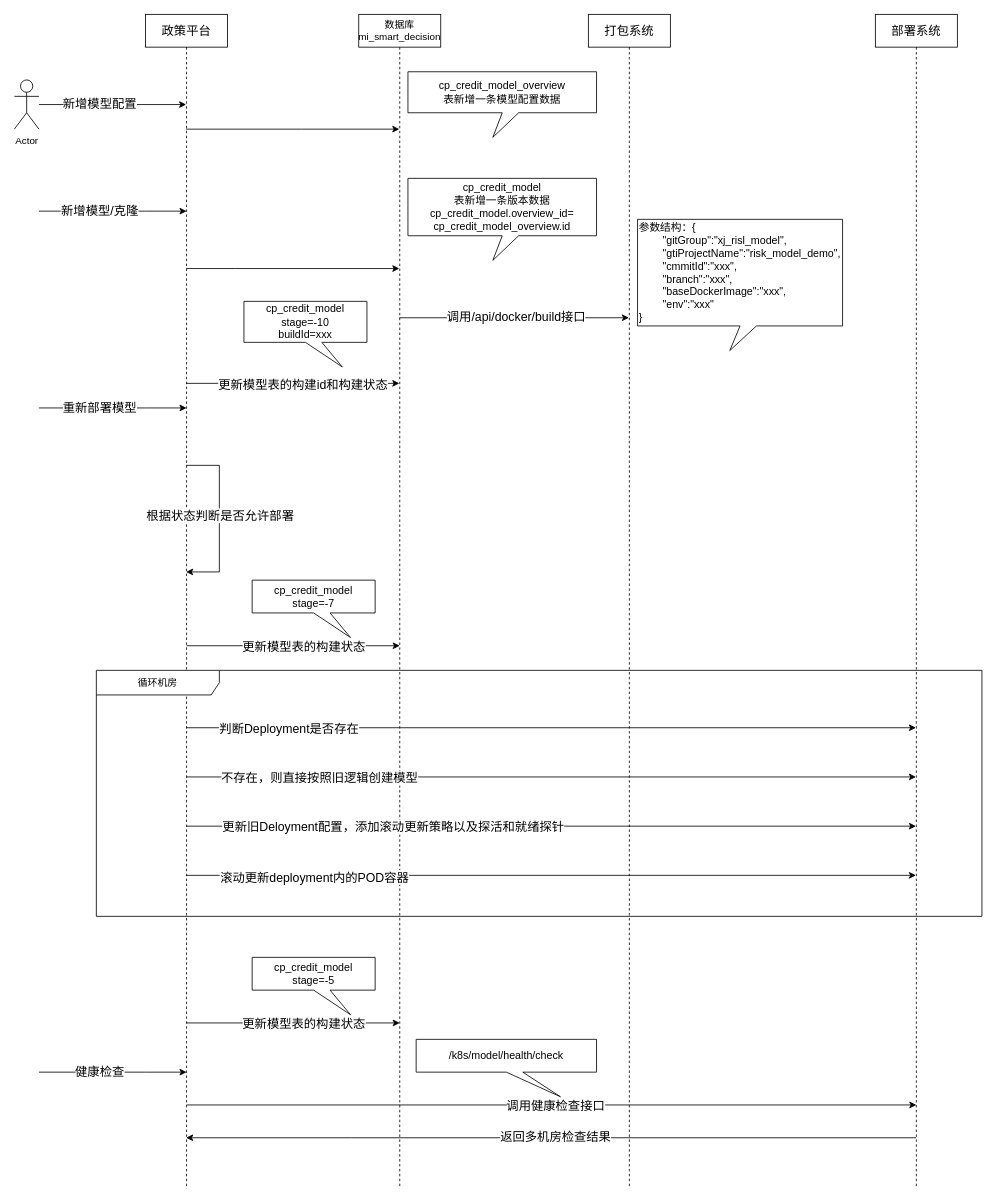
This is 重新部署流程图.drawio from cjf354075714/learn, a draw.io file, before an edit. Source tidied: cells renumbered, new cells numbered last; positions are measured from the earlier drawing's top-left corner, leaving out a move shared by most shapes. Both pictures are drawn from the tidied source at 82%, with x=0, y=0 at pixel (14, 14).
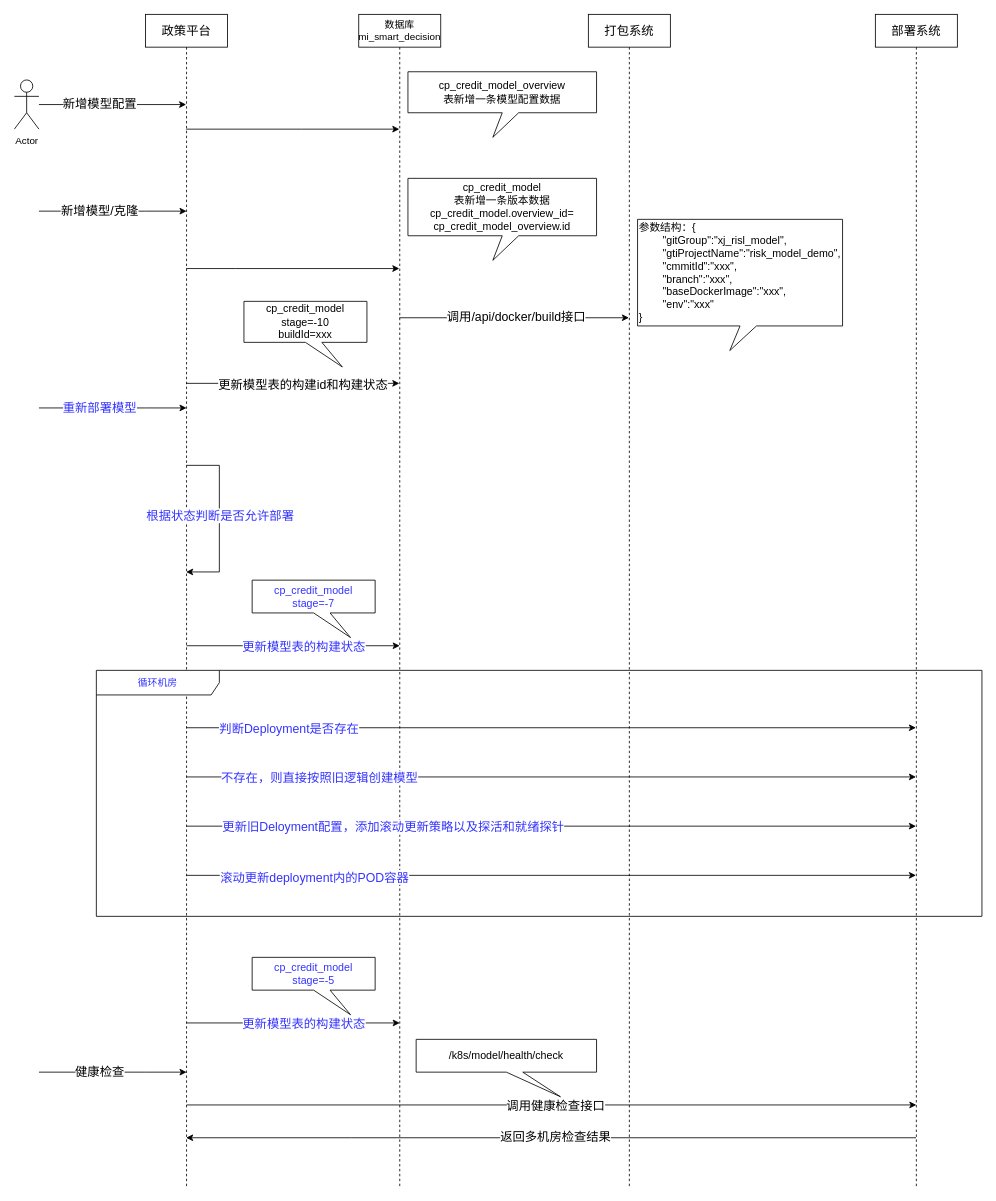
After the change.

Commit message:
更新重新部署流程图.drawio

The change refers to these unchanged cells:
```xml
<mxCell id="6" value="&lt;font style=&quot;font-size: 15px;&quot;&gt;政策平台&lt;/font&gt;" style="shape=umlLifeline;perimeter=lifelinePerimeter;whiteSpace=wrap;html=1;outlineConnect=0;portConstraint=eastwest;newEdgeStyle={&quot;curved&quot;:0,&quot;rounded&quot;:0};" parent="1" vertex="1">
  <mxGeometry x="160" width="100" height="1430" as="geometry" />
</mxCell>
<mxCell id="13" value="&lt;font style=&quot;font-size: 15px;&quot;&gt;部署系统&lt;/font&gt;" style="shape=umlLifeline;perimeter=lifelinePerimeter;whiteSpace=wrap;html=1;outlineConnect=0;portConstraint=eastwest;newEdgeStyle={&quot;curved&quot;:0,&quot;rounded&quot;:0};" parent="1" vertex="1">
  <mxGeometry x="1050" width="100" height="1430" as="geometry" />
</mxCell>
```

Diff of the diagram source:
```diff
@@
-    <mxCell id="23" style="edgeStyle=orthogonalEdgeStyle;rounded=0;orthogonalLoop=1;jettySize=auto;html=1;fontColor=light-dark(#9e9a9a, #ededed);" parent="1" edge="1">
+    <mxCell id="23" style="edgeStyle=orthogonalEdgeStyle;rounded=0;orthogonalLoop=1;jettySize=auto;html=1;fontColor=light-dark(#3333FF,#EDEDED);" parent="1" edge="1">
       <mxGeometry relative="1" as="geometry">
         <mxPoint x="30" y="480" as="sourcePoint" />
         <mxPoint x="210" y="480" as="targetPoint" />
         <Array as="points">
           <mxPoint x="160" y="480" />
           <mxPoint x="160" y="480" />
         </Array>
       </mxGeometry>
     </mxCell>
-    <mxCell id="24" value="&lt;span style=&quot;font-size: 15px;&quot;&gt;重新部署模型&lt;/span&gt;" style="edgeLabel;html=1;align=center;verticalAlign=middle;fontColor=light-dark(#000000,#EDEDED);" parent="23" vertex="1">
+    <mxCell id="24" value="&lt;span style=&quot;font-size: 15px;&quot;&gt;重新部署模型&lt;/span&gt;" style="edgeLabel;html=1;align=center;verticalAlign=middle;fontColor=light-dark(#3333FF,#EDEDED);" parent="23" vertex="1">
       <mxGeometry x="-0.19" y="2" relative="1" as="geometry" />
     </mxCell>
-    <mxCell id="25" style="edgeStyle=orthogonalEdgeStyle;rounded=0;orthogonalLoop=1;jettySize=auto;html=1;curved=0;fontColor=light-dark(#000000,#EDEDED);" parent="1" edge="1">
+    <mxCell id="25" style="edgeStyle=orthogonalEdgeStyle;rounded=0;orthogonalLoop=1;jettySize=auto;html=1;curved=0;fontColor=light-dark(#3333FF,#EDEDED);" parent="1" edge="1">
       <mxGeometry relative="1" as="geometry">
         <mxPoint x="210" y="770" as="sourcePoint" />
         <mxPoint x="470" y="770" as="targetPoint" />
         <Array as="points">
           <mxPoint x="400.5" y="770" />
           <mxPoint x="400.5" y="770" />
         </Array>
       </mxGeometry>
     </mxCell>
-    <mxCell id="26" value="&lt;span style=&quot;font-size: 15px;&quot;&gt;更新模型表的构建状态&lt;/span&gt;" style="edgeLabel;html=1;align=center;verticalAlign=middle;fontColor=light-dark(#000000,#EDEDED);" parent="25" vertex="1">
+    <mxCell id="26" value="&lt;span style=&quot;font-size: 15px;&quot;&gt;更新模型表的构建状态&lt;/span&gt;" style="edgeLabel;html=1;align=center;verticalAlign=middle;fontColor=light-dark(#3333FF,#EDEDED);" parent="25" vertex="1">
       <mxGeometry x="0.13" y="3" relative="1" as="geometry">
         <mxPoint x="-5" y="3" as="offset" />
       </mxGeometry>
     </mxCell>
-    <mxCell id="27" value="&lt;font style=&quot;font-size: 13px;&quot;&gt;cp_credit_model&lt;/font&gt;&lt;div&gt;&lt;span style=&quot;font-size: 13px;&quot;&gt;stage=-7&lt;/span&gt;&lt;/div&gt;" style="shape=callout;whiteSpace=wrap;html=1;perimeter=calloutPerimeter;position2=0.8;fontColor=light-dark(#000000,#EDEDED);" parent="1" vertex="1">
+    <mxCell id="27" value="&lt;font style=&quot;font-size: 13px;&quot;&gt;cp_credit_model&lt;/font&gt;&lt;div&gt;&lt;span style=&quot;font-size: 13px;&quot;&gt;stage=-7&lt;/span&gt;&lt;/div&gt;" style="shape=callout;whiteSpace=wrap;html=1;perimeter=calloutPerimeter;position2=0.8;fontColor=light-dark(#3333FF,#EDEDED);" parent="1" vertex="1">
       <mxGeometry x="290" y="690" width="150" height="70" as="geometry" />
     </mxCell>
@@
-    <mxCell id="33" value="循环机房" style="shape=umlFrame;whiteSpace=wrap;html=1;width=150;height=30;" parent="1" vertex="1">
+    <mxCell id="33" value="循环机房" style="shape=umlFrame;whiteSpace=wrap;html=1;width=150;height=30;fontColor=light-dark(#3333FF,#EDEDED);" parent="1" vertex="1">
       <mxGeometry x="100" y="800" width="1080" height="300" as="geometry" />
     </mxCell>
-    <mxCell id="34" style="endArrow=classic;html=1;rounded=0;" parent="1" edge="1" target="6">
+    <mxCell id="34" style="endArrow=classic;html=1;rounded=0;fontColor=light-dark(#3333FF,#EDEDED);" parent="1" edge="1" target="6">
       <mxGeometry relative="1" as="geometry">
         <mxPoint x="209.5" y="550" as="sourcePoint" />
         <Array as="points">
           <mxPoint x="250" y="550" />
           <mxPoint x="250" y="680" />
         </Array>
       </mxGeometry>
     </mxCell>
-    <mxCell id="35" value="&lt;font style=&quot;font-size: 15px;&quot;&gt;根据状态判断是否允许部署&lt;/font&gt;" style="edgeLabel;html=1;align=center;verticalAlign=middle;" parent="34" vertex="1">
+    <mxCell id="35" value="&lt;font style=&quot;font-size: 15px;&quot;&gt;根据状态判断是否允许部署&lt;/font&gt;" style="edgeLabel;html=1;align=center;verticalAlign=middle;fontColor=light-dark(#3333FF,#EDEDED);" parent="34" vertex="1">
       <mxGeometry x="-0.04" relative="1" as="geometry" />
     </mxCell>
-    <mxCell id="36" style="endArrow=classic;html=1;rounded=0;" parent="1" edge="1" target="13">
+    <mxCell id="36" style="endArrow=classic;html=1;rounded=0;fontColor=light-dark(#3333FF,#EDEDED);" parent="1" edge="1" target="13">
       <mxGeometry relative="1" as="geometry">
         <mxPoint x="209.5" y="870" as="sourcePoint" />
       </mxGeometry>
     </mxCell>
-    <mxCell id="37" value="&lt;font style=&quot;font-size: 15px;&quot;&gt;判断Deployment是否存在&lt;/font&gt;" style="edgeLabel;html=1;align=center;verticalAlign=middle;" parent="36" vertex="1">
+    <mxCell id="37" value="&lt;font style=&quot;font-size: 15px;&quot;&gt;判断Deployment是否存在&lt;/font&gt;" style="edgeLabel;html=1;align=center;verticalAlign=middle;fontColor=light-dark(#3333FF,#EDEDED);" parent="36" vertex="1">
       <mxGeometry x="-0.72" relative="1" as="geometry" />
     </mxCell>
-    <mxCell id="38" style="endArrow=classic;html=1;rounded=0;" parent="1" edge="1" target="13">
+    <mxCell id="38" style="endArrow=classic;html=1;rounded=0;fontColor=light-dark(#3333FF,#EDEDED);" parent="1" edge="1" target="13">
       <mxGeometry relative="1" as="geometry">
         <mxPoint x="209.5" y="930" as="sourcePoint" />
       </mxGeometry>
     </mxCell>
-    <mxCell id="39" value="&lt;font style=&quot;font-size: 15px;&quot;&gt;不存在，则直接按照旧逻辑创建模型&lt;/font&gt;" style="edgeLabel;html=1;align=center;verticalAlign=middle;" parent="38" vertex="1">
+    <mxCell id="39" value="&lt;font style=&quot;font-size: 15px;&quot;&gt;不存在，则直接按照旧逻辑创建模型&lt;/font&gt;" style="edgeLabel;html=1;align=center;verticalAlign=middle;fontColor=light-dark(#3333FF,#EDEDED);" parent="38" vertex="1">
       <mxGeometry x="-0.51" y="2" relative="1" as="geometry">
         <mxPoint x="-56" y="2" as="offset" />
       </mxGeometry>
     </mxCell>
-    <mxCell id="40" style="endArrow=classic;html=1;rounded=0;" parent="1" edge="1" target="13">
+    <mxCell id="40" style="endArrow=classic;html=1;rounded=0;fontColor=light-dark(#3333FF,#EDEDED);" parent="1" edge="1" target="13">
       <mxGeometry relative="1" as="geometry">
         <mxPoint x="210" y="990" as="sourcePoint" />
       </mxGeometry>
     </mxCell>
-    <mxCell id="41" value="&lt;font style=&quot;font-size: 15px;&quot;&gt;更新旧Deloyment配置，添加滚动更新策略以及探活和就绪探针&lt;/font&gt;" style="edgeLabel;html=1;align=center;verticalAlign=middle;" parent="40" vertex="1">
+    <mxCell id="41" value="&lt;font style=&quot;font-size: 15px;&quot;&gt;更新旧Deloyment配置，添加滚动更新策略以及探活和就绪探针&lt;/font&gt;" style="edgeLabel;html=1;align=center;verticalAlign=middle;fontColor=light-dark(#3333FF,#EDEDED);" parent="40" vertex="1">
       <mxGeometry x="-0.72" y="-2" relative="1" as="geometry">
         <mxPoint x="126" y="-2" as="offset" />
       </mxGeometry>
     </mxCell>
-    <mxCell id="42" style="endArrow=classic;html=1;rounded=0;" parent="1" edge="1">
+    <mxCell id="42" style="endArrow=classic;html=1;rounded=0;fontColor=light-dark(#3333FF,#EDEDED);" parent="1" edge="1">
       <mxGeometry relative="1" as="geometry">
         <mxPoint x="209.5" y="1050" as="sourcePoint" />
         <mxPoint x="1099.5" y="1050" as="targetPoint" />
       </mxGeometry>
     </mxCell>
-    <mxCell id="43" value="&lt;font style=&quot;font-size: 15px;&quot;&gt;滚动更新deployment内的POD容器&lt;/font&gt;" style="edgeLabel;html=1;align=center;verticalAlign=middle;" parent="42" vertex="1">
+    <mxCell id="43" value="&lt;font style=&quot;font-size: 15px;&quot;&gt;滚动更新deployment内的POD容器&lt;/font&gt;" style="edgeLabel;html=1;align=center;verticalAlign=middle;fontColor=light-dark(#3333FF,#EDEDED);" parent="42" vertex="1">
       <mxGeometry x="-0.6" y="-1" relative="1" as="geometry">
         <mxPoint x="-22" as="offset" />
       </mxGeometry>
     </mxCell>
-    <mxCell id="44" style="edgeStyle=orthogonalEdgeStyle;rounded=0;orthogonalLoop=1;jettySize=auto;html=1;curved=0;fontColor=light-dark(#000000,#EDEDED);" parent="1" edge="1">
+    <mxCell id="44" style="edgeStyle=orthogonalEdgeStyle;rounded=0;orthogonalLoop=1;jettySize=auto;html=1;curved=0;fontColor=light-dark(#3333FF,#EDEDED);" parent="1" edge="1">
       <mxGeometry relative="1" as="geometry">
         <mxPoint x="210" y="1230" as="sourcePoint" />
         <mxPoint x="470" y="1230" as="targetPoint" />
         <Array as="points">
           <mxPoint x="400.5" y="1230" />
           <mxPoint x="400.5" y="1230" />
         </Array>
       </mxGeometry>
     </mxCell>
-    <mxCell id="45" value="&lt;span style=&quot;font-size: 15px;&quot;&gt;更新模型表的构建状态&lt;/span&gt;" style="edgeLabel;html=1;align=center;verticalAlign=middle;fontColor=light-dark(#000000,#EDEDED);" parent="44" vertex="1">
+    <mxCell id="45" value="&lt;span style=&quot;font-size: 15px;&quot;&gt;更新模型表的构建状态&lt;/span&gt;" style="edgeLabel;html=1;align=center;verticalAlign=middle;fontColor=light-dark(#3333FF,#EDEDED);" parent="44" vertex="1">
       <mxGeometry x="0.13" y="3" relative="1" as="geometry">
         <mxPoint x="-5" y="3" as="offset" />
       </mxGeometry>
     </mxCell>
-    <mxCell id="46" value="&lt;font style=&quot;font-size: 13px;&quot;&gt;cp_credit_model&lt;/font&gt;&lt;div&gt;&lt;span style=&quot;font-size: 13px;&quot;&gt;stage=-5&lt;/span&gt;&lt;/div&gt;" style="shape=callout;whiteSpace=wrap;html=1;perimeter=calloutPerimeter;position2=0.8;fontColor=light-dark(#000000,#EDEDED);" parent="1" vertex="1">
+    <mxCell id="46" value="&lt;font style=&quot;font-size: 13px;&quot;&gt;cp_credit_model&lt;/font&gt;&lt;div&gt;&lt;span style=&quot;font-size: 13px;&quot;&gt;stage=-5&lt;/span&gt;&lt;/div&gt;" style="shape=callout;whiteSpace=wrap;html=1;perimeter=calloutPerimeter;position2=0.8;fontColor=light-dark(#3333FF,#EDEDED);" parent="1" vertex="1">
       <mxGeometry x="290" y="1150" width="150" height="70" as="geometry" />
     </mxCell>
```
